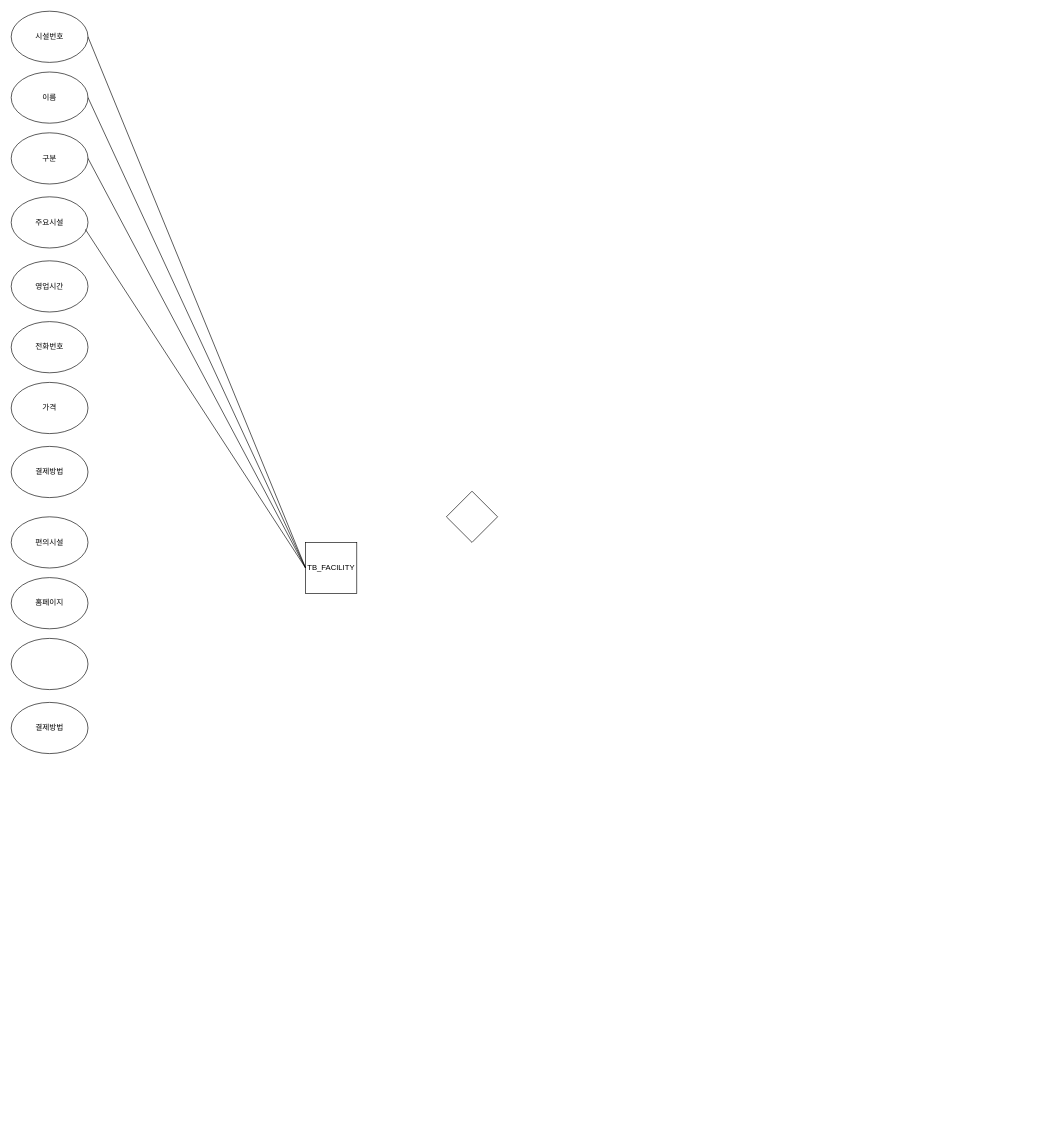
Earlier version of the draw.io diagram document/ER DIAGRAM.drawio (rimgosu/ProjectStudy). Source tidied: cells renumbered, new cells numbered last; positions are measured from the earlier drawing's top-left corner, leaving out a move shared by most shapes. Both pictures are drawn from the tidied source at 64%, with x=0, y=0 at pixel (11, 11).
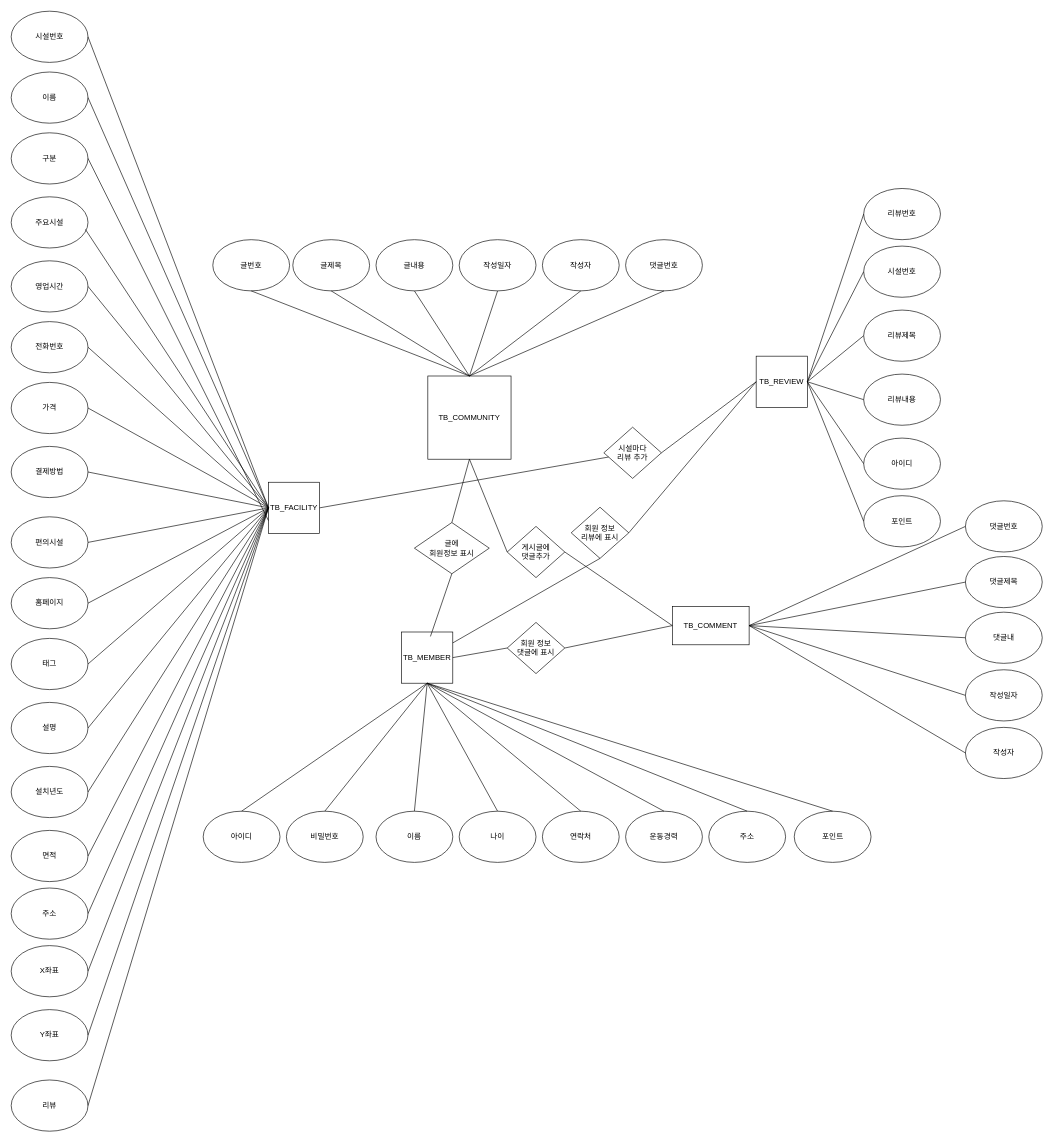
After the change.

Unchanged cells that the change refers to:
```xml
<mxCell id="8" value="구분" style="ellipse;whiteSpace=wrap;html=1;" parent="1" vertex="1">
  <mxGeometry y="190" width="120" height="80" as="geometry" />
</mxCell>
<mxCell id="10" value="주요시설" style="ellipse;whiteSpace=wrap;html=1;" parent="1" vertex="1">
  <mxGeometry y="290" width="120" height="80" as="geometry" />
</mxCell>
<mxCell id="12" value="결제방법" style="ellipse;whiteSpace=wrap;html=1;" parent="1" vertex="1">
  <mxGeometry y="680" width="120" height="80" as="geometry" />
</mxCell>
<mxCell id="13" value="가격" style="ellipse;whiteSpace=wrap;html=1;" parent="1" vertex="1">
  <mxGeometry y="580" width="120" height="80" as="geometry" />
</mxCell>
<mxCell id="14" value="전화번호" style="ellipse;whiteSpace=wrap;html=1;" parent="1" vertex="1">
  <mxGeometry y="485" width="120" height="80" as="geometry" />
</mxCell>
<mxCell id="15" value="영업시간" style="ellipse;whiteSpace=wrap;html=1;" parent="1" vertex="1">
  <mxGeometry y="390" width="120" height="80" as="geometry" />
</mxCell>
<mxCell id="16" value="편의시설" style="ellipse;whiteSpace=wrap;html=1;" parent="1" vertex="1">
  <mxGeometry y="790" width="120" height="80" as="geometry" />
</mxCell>
<mxCell id="17" value="홈페이지" style="ellipse;whiteSpace=wrap;html=1;" parent="1" vertex="1">
  <mxGeometry y="885" width="120" height="80" as="geometry" />
</mxCell>
```

Change to the diagram source:
```diff
@@
     <mxCell id="3" value="TB_FACILITY" style="whiteSpace=wrap;html=1;" parent="1" vertex="1">
-      <mxGeometry x="460" y="830" width="80" height="80" as="geometry" />
+      <mxGeometry x="402" y="736" width="80" height="80" as="geometry" />
     </mxCell>
-    <mxCell id="4" style="rhombus;whiteSpace=wrap;html=1;" parent="1" vertex="1">
-      <mxGeometry x="680" y="750" width="80" height="80" as="geometry" />
-    </mxCell>
@@
-    <mxCell id="9" style="endArrow=none;html=1;rounded=0;exitX=1;exitY=0.5;exitDx=0;exitDy=0;" parent="1" edge="1" source="8">
-      <mxGeometry relative="1" as="geometry">
-        <mxPoint x="460" y="870" as="targetPoint" />
-      </mxGeometry>
+    <mxCell id="9" style="endArrow=none;html=1;rounded=0;exitX=1;exitY=0.5;exitDx=0;exitDy=0;entryX=0;entryY=0.75;entryDx=0;entryDy=0;" parent="1" edge="1" source="8" target="3">
+      <mxGeometry relative="1" as="geometry" />
     </mxCell>
@@
-    <mxCell id="11" style="endArrow=none;html=1;rounded=0;exitX=0.967;exitY=0.638;exitDx=0;exitDy=0;exitPerimeter=0;" parent="1" edge="1" source="10">
-      <mxGeometry relative="1" as="geometry">
-        <mxPoint x="460" y="870" as="targetPoint" />
-      </mxGeometry>
+    <mxCell id="11" style="endArrow=none;html=1;rounded=0;exitX=0.967;exitY=0.638;exitDx=0;exitDy=0;exitPerimeter=0;entryX=0;entryY=0.5;entryDx=0;entryDy=0;" parent="1" edge="1" source="10" target="3">
+      <mxGeometry relative="1" as="geometry" />
     </mxCell>
@@
-    <mxCell id="18" style="ellipse;whiteSpace=wrap;html=1;" parent="1" vertex="1">
+    <mxCell id="18" value="태그" style="ellipse;whiteSpace=wrap;html=1;" parent="1" vertex="1">
       <mxGeometry y="980" width="120" height="80" as="geometry" />
     </mxCell>
-    <mxCell id="19" value="결제방법" style="ellipse;whiteSpace=wrap;html=1;" parent="1" vertex="1">
+    <mxCell id="19" value="설명" style="ellipse;whiteSpace=wrap;html=1;" parent="1" vertex="1">
       <mxGeometry y="1080" width="120" height="80" as="geometry" />
     </mxCell>
+    <mxCell id="20" value="X좌표" style="ellipse;whiteSpace=wrap;html=1;" parent="1" vertex="1">
+      <mxGeometry y="1460" width="120" height="80" as="geometry" />
+    </mxCell>
+    <mxCell id="21" value="설치년도" style="ellipse;whiteSpace=wrap;html=1;" parent="1" vertex="1">
+      <mxGeometry y="1180" width="120" height="80" as="geometry" />
+    </mxCell>
+    <mxCell id="22" value="면적" style="ellipse;whiteSpace=wrap;html=1;" parent="1" vertex="1">
+      <mxGeometry y="1280" width="120" height="80" as="geometry" />
+    </mxCell>
+    <mxCell id="23" value="주소" style="ellipse;whiteSpace=wrap;html=1;" parent="1" vertex="1">
+      <mxGeometry y="1370" width="120" height="80" as="geometry" />
+    </mxCell>
+    <mxCell id="24" value="Y좌표" style="ellipse;whiteSpace=wrap;html=1;" parent="1" vertex="1">
+      <mxGeometry y="1560" width="120" height="80" as="geometry" />
+    </mxCell>
+    <mxCell id="25" value="리뷰" style="ellipse;whiteSpace=wrap;html=1;" parent="1" vertex="1">
+      <mxGeometry y="1670" width="120" height="80" as="geometry" />
+    </mxCell>
+    <mxCell id="26" style="endArrow=none;html=1;rounded=0;exitX=1;exitY=0.5;exitDx=0;exitDy=0;entryX=0;entryY=0.5;entryDx=0;entryDy=0;" parent="1" edge="1" source="12" target="3">
+      <mxGeometry relative="1" as="geometry" />
+    </mxCell>
+    <mxCell id="27" style="endArrow=none;html=1;rounded=0;exitX=1;exitY=0.5;exitDx=0;exitDy=0;entryX=0;entryY=0.5;entryDx=0;entryDy=0;" parent="1" edge="1" source="13" target="3">
+      <mxGeometry relative="1" as="geometry" />
+    </mxCell>
+    <mxCell id="28" style="endArrow=none;html=1;rounded=0;exitX=1;exitY=0.5;exitDx=0;exitDy=0;entryX=0;entryY=0.5;entryDx=0;entryDy=0;" parent="1" edge="1" source="14" target="3">
+      <mxGeometry relative="1" as="geometry" />
+    </mxCell>
+    <mxCell id="29" style="endArrow=none;html=1;rounded=0;exitX=1;exitY=0.5;exitDx=0;exitDy=0;entryX=0;entryY=0.5;entryDx=0;entryDy=0;" parent="1" edge="1" source="15" target="3">
+      <mxGeometry relative="1" as="geometry" />
+    </mxCell>
+    <mxCell id="30" style="endArrow=none;html=1;rounded=0;exitX=1;exitY=0.5;exitDx=0;exitDy=0;entryX=0;entryY=0.5;entryDx=0;entryDy=0;" parent="1" edge="1" source="18" target="3">
+      <mxGeometry relative="1" as="geometry" />
+    </mxCell>
+    <mxCell id="31" style="endArrow=none;html=1;rounded=0;exitX=1;exitY=0.5;exitDx=0;exitDy=0;entryX=0;entryY=0.5;entryDx=0;entryDy=0;" parent="1" edge="1" source="16" target="3">
+      <mxGeometry relative="1" as="geometry" />
+    </mxCell>
+    <mxCell id="32" style="endArrow=none;html=1;rounded=0;entryX=0;entryY=0.5;entryDx=0;entryDy=0;exitX=1;exitY=0.5;exitDx=0;exitDy=0;" parent="1" edge="1" source="17" target="3">
+      <mxGeometry relative="1" as="geometry" />
+    </mxCell>
+    <mxCell id="33" style="endArrow=none;html=1;rounded=0;exitX=1;exitY=0.5;exitDx=0;exitDy=0;entryX=0;entryY=0.5;entryDx=0;entryDy=0;" parent="1" edge="1" source="19" target="3">
+      <mxGeometry relative="1" as="geometry" />
+    </mxCell>
+    <mxCell id="34" style="endArrow=none;html=1;rounded=0;exitX=1;exitY=0.5;exitDx=0;exitDy=0;entryX=0;entryY=0.5;entryDx=0;entryDy=0;" parent="1" edge="1" source="21" target="3">
+      <mxGeometry relative="1" as="geometry" />
+    </mxCell>
+    <mxCell id="35" style="endArrow=none;html=1;rounded=0;entryX=0;entryY=0.5;entryDx=0;entryDy=0;exitX=1;exitY=0.5;exitDx=0;exitDy=0;" parent="1" edge="1" source="23" target="3">
+      <mxGeometry relative="1" as="geometry" />
+    </mxCell>
+    <mxCell id="36" style="endArrow=none;html=1;rounded=0;exitX=1;exitY=0.5;exitDx=0;exitDy=0;entryX=0;entryY=0.5;entryDx=0;entryDy=0;" parent="1" edge="1" source="20" target="3">
+      <mxGeometry relative="1" as="geometry" />
+    </mxCell>
+    <mxCell id="37" style="endArrow=none;html=1;rounded=0;exitX=1;exitY=0.5;exitDx=0;exitDy=0;entryX=0;entryY=0.5;entryDx=0;entryDy=0;" parent="1" edge="1" source="24" target="3">
+      <mxGeometry relative="1" as="geometry" />
+    </mxCell>
+    <mxCell id="38" style="endArrow=none;html=1;rounded=0;exitX=1;exitY=0.5;exitDx=0;exitDy=0;entryX=0;entryY=0.5;entryDx=0;entryDy=0;" parent="1" edge="1" source="25" target="3">
+      <mxGeometry relative="1" as="geometry" />
+    </mxCell>
+    <mxCell id="39" style="endArrow=none;html=1;rounded=0;exitX=1;exitY=0.5;exitDx=0;exitDy=0;entryX=0;entryY=0.5;entryDx=0;entryDy=0;" parent="1" edge="1" source="22" target="3">
+      <mxGeometry relative="1" as="geometry" />
+    </mxCell>
+    <mxCell id="40" value="TB_COMMENT" style="rounded=0;whiteSpace=wrap;html=1;" parent="1" vertex="1">
+      <mxGeometry x="1033" y="930" width="120" height="60" as="geometry" />
+    </mxCell>
+    <mxCell id="41" value="TB_REVIEW" style="whiteSpace=wrap;html=1;" parent="1" vertex="1">
+      <mxGeometry x="1164" y="539" width="80" height="80" as="geometry" />
+    </mxCell>
+    <mxCell id="42" value="리뷰번호" style="ellipse;whiteSpace=wrap;html=1;" parent="1" vertex="1">
+      <mxGeometry x="1332" y="277" width="120" height="80" as="geometry" />
+    </mxCell>
+    <mxCell id="43" value="시설번호" style="ellipse;whiteSpace=wrap;html=1;" parent="1" vertex="1">
+      <mxGeometry x="1332" y="367" width="120" height="80" as="geometry" />
+    </mxCell>
+    <mxCell id="44" value="리뷰제목" style="ellipse;whiteSpace=wrap;html=1;" parent="1" vertex="1">
+      <mxGeometry x="1332" y="467" width="120" height="80" as="geometry" />
+    </mxCell>
+    <mxCell id="45" value="리뷰내용" style="ellipse;whiteSpace=wrap;html=1;" parent="1" vertex="1">
+      <mxGeometry x="1332" y="567" width="120" height="80" as="geometry" />
+    </mxCell>
+    <mxCell id="46" value="아이디" style="ellipse;whiteSpace=wrap;html=1;" parent="1" vertex="1">
+      <mxGeometry x="1332" y="667" width="120" height="80" as="geometry" />
+    </mxCell>
+    <mxCell id="47" value="포인트" style="ellipse;whiteSpace=wrap;html=1;" parent="1" vertex="1">
+      <mxGeometry x="1332" y="757" width="120" height="80" as="geometry" />
+    </mxCell>
+    <mxCell id="48" style="endArrow=none;html=1;rounded=0;entryX=0;entryY=0.5;entryDx=0;entryDy=0;exitX=1;exitY=0.5;exitDx=0;exitDy=0;" parent="1" edge="1" source="41" target="42">
+      <mxGeometry relative="1" as="geometry" />
+    </mxCell>
+    <mxCell id="49" style="endArrow=none;html=1;rounded=0;entryX=0;entryY=0.5;entryDx=0;entryDy=0;exitX=1;exitY=0.5;exitDx=0;exitDy=0;" parent="1" edge="1" source="41" target="43">
+      <mxGeometry relative="1" as="geometry" />
+    </mxCell>
+    <mxCell id="50" style="endArrow=none;html=1;rounded=0;entryX=0;entryY=0.5;entryDx=0;entryDy=0;exitX=1;exitY=0.5;exitDx=0;exitDy=0;" parent="1" edge="1" source="41" target="44">
+      <mxGeometry relative="1" as="geometry" />
+    </mxCell>
+    <mxCell id="51" style="endArrow=none;html=1;rounded=0;exitX=1;exitY=0.5;exitDx=0;exitDy=0;entryX=0;entryY=0.5;entryDx=0;entryDy=0;" parent="1" edge="1" source="41" target="45">
+      <mxGeometry relative="1" as="geometry" />
+    </mxCell>
+    <mxCell id="52" style="endArrow=none;html=1;rounded=0;exitX=1;exitY=0.5;exitDx=0;exitDy=0;entryX=0;entryY=0.5;entryDx=0;entryDy=0;" parent="1" edge="1" source="41" target="47">
+      <mxGeometry relative="1" as="geometry" />
+    </mxCell>
+    <mxCell id="53" style="endArrow=none;html=1;rounded=0;entryX=0;entryY=0.5;entryDx=0;entryDy=0;exitX=1;exitY=0.5;exitDx=0;exitDy=0;" parent="1" edge="1" source="41" target="46">
+      <mxGeometry relative="1" as="geometry" />
+    </mxCell>
+    <mxCell id="54" value="TB_MEMBER" style="whiteSpace=wrap;html=1;" parent="1" vertex="1">
+      <mxGeometry x="610" y="970" width="80" height="80" as="geometry" />
+    </mxCell>
+    <mxCell id="55" value="아이디" style="ellipse;whiteSpace=wrap;html=1;" parent="1" vertex="1">
+      <mxGeometry x="300" y="1250" width="120" height="80" as="geometry" />
+    </mxCell>
+    <mxCell id="56" style="endArrow=none;html=1;rounded=0;entryX=0.5;entryY=1;entryDx=0;entryDy=0;exitX=0.5;exitY=0;exitDx=0;exitDy=0;" parent="1" edge="1" source="55" target="54">
+      <mxGeometry relative="1" as="geometry" />
+    </mxCell>
+    <mxCell id="57" value="비밀번호" style="ellipse;whiteSpace=wrap;html=1;" parent="1" vertex="1">
+      <mxGeometry x="430" y="1250" width="120" height="80" as="geometry" />
+    </mxCell>
+    <mxCell id="58" style="endArrow=none;html=1;rounded=0;exitX=0.5;exitY=0;exitDx=0;exitDy=0;entryX=0.5;entryY=1;entryDx=0;entryDy=0;" parent="1" edge="1" source="57" target="54">
+      <mxGeometry relative="1" as="geometry" />
+    </mxCell>
+    <mxCell id="59" value="이름" style="ellipse;whiteSpace=wrap;html=1;" parent="1" vertex="1">
+      <mxGeometry x="570" y="1250" width="120" height="80" as="geometry" />
+    </mxCell>
+    <mxCell id="60" value="나이" style="ellipse;whiteSpace=wrap;html=1;" parent="1" vertex="1">
+      <mxGeometry x="700" y="1250" width="120" height="80" as="geometry" />
+    </mxCell>
+    <mxCell id="61" value="연락처" style="ellipse;whiteSpace=wrap;html=1;" parent="1" vertex="1">
+      <mxGeometry x="830" y="1250" width="120" height="80" as="geometry" />
+    </mxCell>
+    <mxCell id="62" value="운동경력" style="ellipse;whiteSpace=wrap;html=1;" parent="1" vertex="1">
+      <mxGeometry x="960" y="1250" width="120" height="80" as="geometry" />
+    </mxCell>
+    <mxCell id="63" value="주소" style="ellipse;whiteSpace=wrap;html=1;" parent="1" vertex="1">
+      <mxGeometry x="1090" y="1250" width="120" height="80" as="geometry" />
+    </mxCell>
+    <mxCell id="64" value="포인트" style="ellipse;whiteSpace=wrap;html=1;" parent="1" vertex="1">
+      <mxGeometry x="1223.5" y="1250" width="120" height="80" as="geometry" />
+    </mxCell>
+    <mxCell id="65" style="endArrow=none;html=1;rounded=0;entryX=0.5;entryY=1;entryDx=0;entryDy=0;exitX=0.5;exitY=0;exitDx=0;exitDy=0;" parent="1" edge="1" source="59" target="54">
+      <mxGeometry relative="1" as="geometry" />
+    </mxCell>
+    <mxCell id="66" style="endArrow=none;html=1;rounded=0;entryX=0.5;entryY=1;entryDx=0;entryDy=0;exitX=0.5;exitY=0;exitDx=0;exitDy=0;" parent="1" edge="1" source="60" target="54">
+      <mxGeometry relative="1" as="geometry" />
+    </mxCell>
+    <mxCell id="67" style="endArrow=none;html=1;rounded=0;entryX=0.5;entryY=1;entryDx=0;entryDy=0;exitX=0.5;exitY=0;exitDx=0;exitDy=0;" parent="1" edge="1" source="61" target="54">
+      <mxGeometry relative="1" as="geometry" />
+    </mxCell>
+    <mxCell id="68" style="endArrow=none;html=1;rounded=0;exitX=0.5;exitY=0;exitDx=0;exitDy=0;entryX=0.5;entryY=1;entryDx=0;entryDy=0;" parent="1" edge="1" source="62" target="54">
+      <mxGeometry relative="1" as="geometry" />
+    </mxCell>
+    <mxCell id="69" style="endArrow=none;html=1;rounded=0;entryX=0.5;entryY=1;entryDx=0;entryDy=0;exitX=0.5;exitY=0;exitDx=0;exitDy=0;" parent="1" edge="1" source="63" target="54">
+      <mxGeometry relative="1" as="geometry" />
+    </mxCell>
+    <mxCell id="70" style="endArrow=none;html=1;rounded=0;entryX=0.5;entryY=1;entryDx=0;entryDy=0;exitX=0.5;exitY=0;exitDx=0;exitDy=0;" parent="1" edge="1" source="64" target="54">
+      <mxGeometry relative="1" as="geometry" />
+    </mxCell>
+    <mxCell id="71" value="TB_COMMUNITY" style="whiteSpace=wrap;html=1;" parent="1" vertex="1">
+      <mxGeometry x="651" y="570" width="130" height="130" as="geometry" />
+    </mxCell>
+    <mxCell id="72" value="글번호" style="ellipse;whiteSpace=wrap;html=1;" parent="1" vertex="1">
+      <mxGeometry x="315" y="357" width="120" height="80" as="geometry" />
+    </mxCell>
+    <mxCell id="73" value="글제목" style="ellipse;whiteSpace=wrap;html=1;" parent="1" vertex="1">
+      <mxGeometry x="440" y="357" width="120" height="80" as="geometry" />
+    </mxCell>
+    <mxCell id="74" value="글내용" style="ellipse;whiteSpace=wrap;html=1;" parent="1" vertex="1">
+      <mxGeometry x="570" y="357" width="120" height="80" as="geometry" />
+    </mxCell>
+    <mxCell id="75" value="작성일자" style="ellipse;whiteSpace=wrap;html=1;" parent="1" vertex="1">
+      <mxGeometry x="700" y="357" width="120" height="80" as="geometry" />
+    </mxCell>
+    <mxCell id="76" value="작성자" style="ellipse;whiteSpace=wrap;html=1;" parent="1" vertex="1">
+      <mxGeometry x="830" y="357" width="120" height="80" as="geometry" />
+    </mxCell>
+    <mxCell id="77" value="댓글번호" style="ellipse;whiteSpace=wrap;html=1;" parent="1" vertex="1">
+      <mxGeometry x="960" y="357" width="120" height="80" as="geometry" />
+    </mxCell>
+    <mxCell id="78" style="endArrow=none;html=1;rounded=0;entryX=0.5;entryY=0;entryDx=0;entryDy=0;exitX=0.5;exitY=1;exitDx=0;exitDy=0;" parent="1" edge="1" source="72" target="71">
+      <mxGeometry relative="1" as="geometry" />
+    </mxCell>
+    <mxCell id="79" style="endArrow=none;html=1;rounded=0;entryX=0.5;entryY=0;entryDx=0;entryDy=0;exitX=0.5;exitY=1;exitDx=0;exitDy=0;" parent="1" edge="1" source="73" target="71">
+      <mxGeometry relative="1" as="geometry" />
+    </mxCell>
+    <mxCell id="80" style="endArrow=none;html=1;rounded=0;exitX=0.5;exitY=1;exitDx=0;exitDy=0;entryX=0.5;entryY=0;entryDx=0;entryDy=0;" parent="1" edge="1" source="74" target="71">
+      <mxGeometry relative="1" as="geometry" />
+    </mxCell>
+    <mxCell id="81" style="endArrow=none;html=1;rounded=0;entryX=0.5;entryY=1;entryDx=0;entryDy=0;exitX=0.5;exitY=0;exitDx=0;exitDy=0;" parent="1" edge="1" source="71" target="75">
+      <mxGeometry relative="1" as="geometry" />
+    </mxCell>
+    <mxCell id="82" style="endArrow=none;html=1;rounded=0;entryX=0.5;entryY=1;entryDx=0;entryDy=0;exitX=0.5;exitY=0;exitDx=0;exitDy=0;" parent="1" edge="1" source="71" target="76">
+      <mxGeometry relative="1" as="geometry" />
+    </mxCell>
+    <mxCell id="83" style="endArrow=none;html=1;rounded=0;entryX=0.5;entryY=1;entryDx=0;entryDy=0;exitX=0.5;exitY=0;exitDx=0;exitDy=0;" parent="1" edge="1" source="71" target="77">
+      <mxGeometry relative="1" as="geometry" />
+    </mxCell>
+    <mxCell id="84" value="시설마다&lt;br&gt;리뷰 추가" style="rhombus;whiteSpace=wrap;html=1;" parent="1" vertex="1">
+      <mxGeometry x="926" y="650" width="90" height="80" as="geometry" />
+    </mxCell>
+    <mxCell id="85" style="endArrow=none;html=1;rounded=0;exitX=1;exitY=0.5;exitDx=0;exitDy=0;" parent="1" edge="1" source="3" target="84">
+      <mxGeometry relative="1" as="geometry" />
+    </mxCell>
+    <mxCell id="86" style="endArrow=none;html=1;rounded=0;exitX=1;exitY=0.5;exitDx=0;exitDy=0;entryX=0;entryY=0.5;entryDx=0;entryDy=0;" parent="1" edge="1" source="84" target="41">
+      <mxGeometry relative="1" as="geometry" />
+    </mxCell>
+    <mxCell id="87" value="회원 정보&lt;br&gt;리뷰에 표시" style="rhombus;whiteSpace=wrap;html=1;" parent="1" vertex="1">
+      <mxGeometry x="875" y="775" width="90" height="80" as="geometry" />
+    </mxCell>
+    <mxCell id="88" style="endArrow=none;html=1;rounded=0;exitX=1;exitY=0.5;exitDx=0;exitDy=0;entryX=0;entryY=0.5;entryDx=0;entryDy=0;" parent="1" edge="1" source="87" target="41">
+      <mxGeometry relative="1" as="geometry" />
+    </mxCell>
+    <mxCell id="89" style="endArrow=none;html=1;rounded=0;entryX=0.5;entryY=1;entryDx=0;entryDy=0;" parent="1" edge="1" source="54" target="87">
+      <mxGeometry relative="1" as="geometry" />
+    </mxCell>
+    <mxCell id="90" value="글에&lt;br&gt;회원정보 표시" style="rhombus;whiteSpace=wrap;html=1;" parent="1" vertex="1">
+      <mxGeometry x="630" y="799" width="117" height="80" as="geometry" />
+    </mxCell>
+    <mxCell id="91" style="endArrow=none;html=1;rounded=0;exitX=0.563;exitY=0.087;exitDx=0;exitDy=0;exitPerimeter=0;entryX=0.5;entryY=1;entryDx=0;entryDy=0;" parent="1" edge="1" source="54" target="90">
+      <mxGeometry relative="1" as="geometry" />
+    </mxCell>
+    <mxCell id="92" style="endArrow=none;html=1;rounded=0;exitX=0.5;exitY=0;exitDx=0;exitDy=0;entryX=0.5;entryY=1;entryDx=0;entryDy=0;" parent="1" edge="1" source="90" target="71">
+      <mxGeometry relative="1" as="geometry" />
+    </mxCell>
+    <mxCell id="93" value="회원 정보&lt;br&gt;댓글에 표시" style="rhombus;whiteSpace=wrap;html=1;" parent="1" vertex="1">
+      <mxGeometry x="775" y="955" width="90" height="80" as="geometry" />
+    </mxCell>
+    <mxCell id="94" style="endArrow=none;html=1;rounded=0;exitX=1;exitY=0.5;exitDx=0;exitDy=0;entryX=0;entryY=0.5;entryDx=0;entryDy=0;" parent="1" edge="1" source="93" target="40">
+      <mxGeometry relative="1" as="geometry" />
+    </mxCell>
+    <mxCell id="95" style="endArrow=none;html=1;rounded=0;entryX=0;entryY=0.5;entryDx=0;entryDy=0;exitX=1;exitY=0.5;exitDx=0;exitDy=0;" parent="1" edge="1" source="54" target="93">
+      <mxGeometry relative="1" as="geometry" />
+    </mxCell>
+    <mxCell id="96" value="게시글에&lt;br&gt;댓글추가" style="rhombus;whiteSpace=wrap;html=1;" parent="1" vertex="1">
+      <mxGeometry x="775" y="805" width="90" height="80" as="geometry" />
+    </mxCell>
+    <mxCell id="97" style="endArrow=none;html=1;rounded=0;exitX=1;exitY=0.5;exitDx=0;exitDy=0;entryX=0;entryY=0.5;entryDx=0;entryDy=0;" parent="1" edge="1" source="96" target="40">
+      <mxGeometry relative="1" as="geometry" />
+    </mxCell>
+    <mxCell id="98" style="endArrow=none;html=1;rounded=0;entryX=0;entryY=0.5;entryDx=0;entryDy=0;exitX=0.5;exitY=1;exitDx=0;exitDy=0;" parent="1" edge="1" source="71" target="96">
+      <mxGeometry relative="1" as="geometry" />
+    </mxCell>
+    <mxCell id="99" value="댓글번호" style="ellipse;whiteSpace=wrap;html=1;" parent="1" vertex="1">
+      <mxGeometry x="1491" y="765" width="120" height="80" as="geometry" />
+    </mxCell>
+    <mxCell id="100" style="endArrow=none;html=1;rounded=0;exitX=1;exitY=0.5;exitDx=0;exitDy=0;entryX=0;entryY=0.5;entryDx=0;entryDy=0;" parent="1" edge="1" source="40" target="99">
+      <mxGeometry relative="1" as="geometry" />
+    </mxCell>
+    <mxCell id="101" value="댓글제목" style="ellipse;whiteSpace=wrap;html=1;" parent="1" vertex="1">
+      <mxGeometry x="1491" y="852" width="120" height="80" as="geometry" />
+    </mxCell>
+    <mxCell id="102" value="댓글내" style="ellipse;whiteSpace=wrap;html=1;" parent="1" vertex="1">
+      <mxGeometry x="1491" y="939" width="120" height="80" as="geometry" />
+    </mxCell>
+    <mxCell id="103" value="작성일자" style="ellipse;whiteSpace=wrap;html=1;" parent="1" vertex="1">
+      <mxGeometry x="1491" y="1029" width="120" height="80" as="geometry" />
+    </mxCell>
+    <mxCell id="104" value="작성자" style="ellipse;whiteSpace=wrap;html=1;" parent="1" vertex="1">
+      <mxGeometry x="1491" y="1119" width="120" height="80" as="geometry" />
+    </mxCell>
+    <mxCell id="105" style="endArrow=none;html=1;rounded=0;entryX=0;entryY=0.5;entryDx=0;entryDy=0;exitX=1;exitY=0.5;exitDx=0;exitDy=0;" parent="1" edge="1" source="40" target="101">
+      <mxGeometry relative="1" as="geometry" />
+    </mxCell>
+    <mxCell id="106" style="endArrow=none;html=1;rounded=0;exitX=1;exitY=0.5;exitDx=0;exitDy=0;entryX=0;entryY=0.5;entryDx=0;entryDy=0;" parent="1" edge="1" source="40" target="102">
+      <mxGeometry relative="1" as="geometry" />
+    </mxCell>
+    <mxCell id="107" style="endArrow=none;html=1;rounded=0;entryX=0;entryY=0.5;entryDx=0;entryDy=0;exitX=1;exitY=0.5;exitDx=0;exitDy=0;" parent="1" edge="1" source="40" target="103">
+      <mxGeometry relative="1" as="geometry" />
+    </mxCell>
+    <mxCell id="108" style="endArrow=none;html=1;rounded=0;entryX=0;entryY=0.5;entryDx=0;entryDy=0;exitX=1;exitY=0.5;exitDx=0;exitDy=0;" parent="1" edge="1" source="40" target="104">
+      <mxGeometry relative="1" as="geometry" />
+    </mxCell>
```
